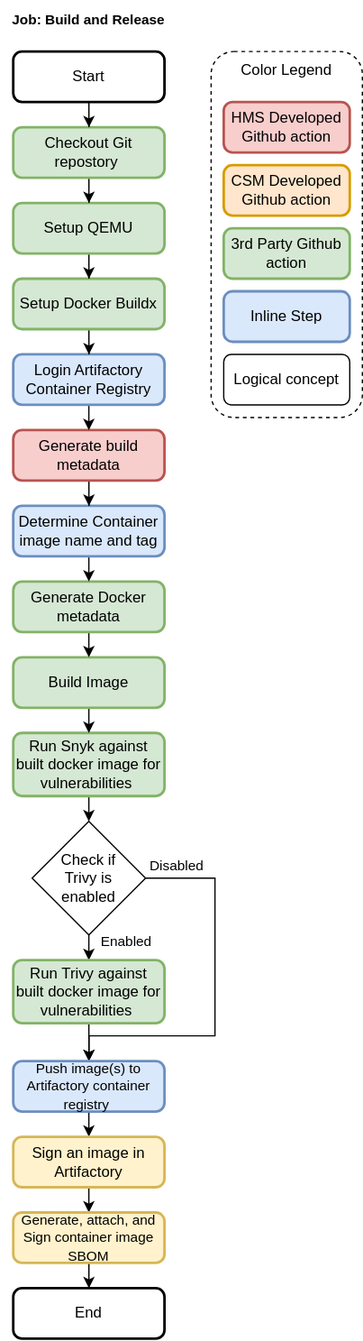
The draw.io diagram docs/build_and_release_image/build_and_release_job.svg in Cray-HPE/hms-build-image-workflows, before a commit. Source tidied: cells renumbered, new cells last; positions are measured from the earlier drawing's top-left corner, leaving out a move shared by most shapes. The source it was exported from:
```xml
<mxGraphModel>
  <root>
    <mxCell id="0" />
    <mxCell id="1" parent="0" />
    <mxCell id="2" style="edgeStyle=orthogonalEdgeStyle;rounded=0;jettySize=auto;html=1;exitX=0.5;exitY=1;exitDx=0;exitDy=0;entryX=0.5;entryY=0;entryDx=0;entryDy=0;fontSize=11;" parent="1" edge="1" source="4" target="26">
      <mxGeometry relative="1" as="geometry" />
    </mxCell>
    <mxCell id="3" style="edgeStyle=orthogonalEdgeStyle;rounded=0;jettySize=auto;html=1;exitX=1;exitY=0.5;exitDx=0;exitDy=0;fontSize=11;" parent="1" edge="1" source="4" target="28">
      <mxGeometry relative="1" as="geometry">
        <Array as="points">
          <mxPoint x="170" y="695" />
          <mxPoint x="170" y="820" />
          <mxPoint x="70" y="820" />
        </Array>
      </mxGeometry>
    </mxCell>
    <mxCell id="4" value="Check if &lt;br&gt;Trivy is &lt;br&gt;enabled" style="rhombus;whiteSpace=wrap;html=1;" parent="1" vertex="1">
      <mxGeometry x="25" y="650" width="90" height="90" as="geometry" />
    </mxCell>
    <mxCell id="5" style="edgeStyle=orthogonalEdgeStyle;rounded=0;jettySize=auto;html=1;exitX=0.5;exitY=1;exitDx=0;exitDy=0;entryX=0.5;entryY=0;entryDx=0;entryDy=0;fontSize=11;" parent="1" edge="1" source="6" target="4">
      <mxGeometry relative="1" as="geometry" />
    </mxCell>
    <mxCell id="6" value="&lt;span style=&quot;color: rgb(0 , 0 , 0) ; font-family: &amp;#34;helvetica&amp;#34; ; font-size: 12px ; font-style: normal ; font-weight: 400 ; letter-spacing: normal ; text-align: center ; text-indent: 0px ; text-transform: none ; word-spacing: 0px ; display: inline ; float: none&quot;&gt;Run Snyk against built docker image for vulnerabilities&amp;nbsp;&lt;/span&gt;" style="rounded=1;whiteSpace=wrap;html=1;absoluteArcSize=1;arcSize=14;strokeWidth=2;fillColor=#d5e8d4;strokeColor=#82b366;" parent="1" vertex="1">
      <mxGeometry x="10" y="580" width="120" height="50" as="geometry" />
    </mxCell>
    <mxCell id="7" style="edgeStyle=orthogonalEdgeStyle;rounded=0;jettySize=auto;html=1;exitX=0.5;exitY=1;exitDx=0;exitDy=0;entryX=0.5;entryY=0;entryDx=0;entryDy=0;fontSize=11;" parent="1" edge="1" source="8" target="6">
      <mxGeometry relative="1" as="geometry" />
    </mxCell>
    <mxCell id="8" value="&lt;span&gt;Build Image&lt;/span&gt;" style="rounded=1;whiteSpace=wrap;html=1;absoluteArcSize=1;arcSize=14;strokeWidth=2;fillColor=#d5e8d4;strokeColor=#82b366;" parent="1" vertex="1">
      <mxGeometry x="10" y="520" width="120" height="40" as="geometry" />
    </mxCell>
    <mxCell id="9" style="edgeStyle=orthogonalEdgeStyle;rounded=0;jettySize=auto;html=1;exitX=0.5;exitY=1;exitDx=0;exitDy=0;entryX=0.5;entryY=0;entryDx=0;entryDy=0;fontSize=11;" parent="1" edge="1" source="10" target="8">
      <mxGeometry relative="1" as="geometry" />
    </mxCell>
    <mxCell id="10" value="&lt;span style=&quot;color: rgb(0 , 0 , 0) ; font-family: &amp;#34;helvetica&amp;#34; ; font-size: 12px ; font-style: normal ; font-weight: 400 ; letter-spacing: normal ; text-align: center ; text-indent: 0px ; text-transform: none ; word-spacing: 0px ; display: inline ; float: none&quot;&gt;Generate Docker metadata&lt;/span&gt;" style="rounded=1;whiteSpace=wrap;html=1;absoluteArcSize=1;arcSize=14;strokeWidth=2;fillColor=#d5e8d4;strokeColor=#82b366;" parent="1" vertex="1">
      <mxGeometry x="10" y="460" width="120" height="40" as="geometry" />
    </mxCell>
    <mxCell id="11" style="edgeStyle=orthogonalEdgeStyle;rounded=0;jettySize=auto;html=1;exitX=0.5;exitY=1;exitDx=0;exitDy=0;entryX=0.5;entryY=0;entryDx=0;entryDy=0;fontSize=11;" parent="1" edge="1" source="12" target="10">
      <mxGeometry relative="1" as="geometry" />
    </mxCell>
    <mxCell id="12" value="&lt;span style=&quot;color: rgb(0 , 0 , 0) ; font-family: &amp;#34;helvetica&amp;#34; ; font-size: 12px ; font-style: normal ; font-weight: 400 ; letter-spacing: normal ; text-align: center ; text-indent: 0px ; text-transform: none ; word-spacing: 0px ; display: inline ; float: none&quot;&gt;Determine Container image name and tag&lt;/span&gt;" style="rounded=1;whiteSpace=wrap;html=1;absoluteArcSize=1;arcSize=14;strokeWidth=2;fillColor=#dae8fc;strokeColor=#6c8ebf;" parent="1" vertex="1">
      <mxGeometry x="10" y="400" width="120" height="40" as="geometry" />
    </mxCell>
    <mxCell id="13" style="edgeStyle=orthogonalEdgeStyle;rounded=0;jettySize=auto;html=1;exitX=0.5;exitY=1;exitDx=0;exitDy=0;fontSize=11;" parent="1" edge="1" source="14" target="12">
      <mxGeometry relative="1" as="geometry" />
    </mxCell>
    <mxCell id="14" value="&lt;span style=&quot;color: rgb(0 , 0 , 0) ; font-family: &amp;#34;helvetica&amp;#34; ; font-size: 12px ; font-style: normal ; font-weight: 400 ; letter-spacing: normal ; text-align: center ; text-indent: 0px ; text-transform: none ; word-spacing: 0px ; display: inline ; float: none&quot;&gt;Generate build metadata&lt;/span&gt;" style="rounded=1;whiteSpace=wrap;html=1;absoluteArcSize=1;arcSize=14;strokeWidth=2;fillColor=#f8cecc;strokeColor=#b85450;" parent="1" vertex="1">
      <mxGeometry x="10" y="340" width="120" height="40" as="geometry" />
    </mxCell>
    <mxCell id="15" style="edgeStyle=orthogonalEdgeStyle;rounded=0;jettySize=auto;html=1;exitX=0.5;exitY=1;exitDx=0;exitDy=0;entryX=0.5;entryY=0;entryDx=0;entryDy=0;fontSize=11;" parent="1" edge="1" source="16" target="14">
      <mxGeometry relative="1" as="geometry" />
    </mxCell>
    <mxCell id="16" value="&lt;span style=&quot;color: rgb(0 , 0 , 0) ; font-family: &amp;#34;helvetica&amp;#34; ; font-size: 12px ; font-style: normal ; font-weight: 400 ; letter-spacing: normal ; text-align: center ; text-indent: 0px ; text-transform: none ; word-spacing: 0px ; display: inline ; float: none&quot;&gt;Login Artifactory Container Registry&lt;/span&gt;" style="rounded=1;whiteSpace=wrap;html=1;absoluteArcSize=1;arcSize=14;strokeWidth=2;fillColor=#dae8fc;strokeColor=#6c8ebf;" parent="1" vertex="1">
      <mxGeometry x="10" y="280" width="120" height="40" as="geometry" />
    </mxCell>
    <mxCell id="17" style="edgeStyle=orthogonalEdgeStyle;rounded=0;jettySize=auto;html=1;exitX=0.5;exitY=1;exitDx=0;exitDy=0;fontSize=11;" parent="1" edge="1" source="18" target="16">
      <mxGeometry relative="1" as="geometry" />
    </mxCell>
    <mxCell id="18" value="&lt;span&gt;Setup Docker Buildx&lt;/span&gt;" style="rounded=1;whiteSpace=wrap;html=1;absoluteArcSize=1;arcSize=14;strokeWidth=2;fillColor=#d5e8d4;strokeColor=#82b366;" parent="1" vertex="1">
      <mxGeometry x="10" y="220" width="120" height="40" as="geometry" />
    </mxCell>
    <mxCell id="19" style="edgeStyle=orthogonalEdgeStyle;rounded=0;jettySize=auto;html=1;exitX=0.5;exitY=1;exitDx=0;exitDy=0;fontSize=11;" parent="1" edge="1" source="20" target="18">
      <mxGeometry relative="1" as="geometry" />
    </mxCell>
    <mxCell id="20" value="&lt;span&gt;Setup QEMU&lt;/span&gt;" style="rounded=1;whiteSpace=wrap;html=1;absoluteArcSize=1;arcSize=14;strokeWidth=2;fillColor=#d5e8d4;strokeColor=#82b366;" parent="1" vertex="1">
      <mxGeometry x="10" y="160" width="120" height="40" as="geometry" />
    </mxCell>
    <mxCell id="21" style="edgeStyle=orthogonalEdgeStyle;rounded=0;jettySize=auto;html=1;exitX=0.5;exitY=1;exitDx=0;exitDy=0;fontSize=11;" parent="1" edge="1" source="22" target="20">
      <mxGeometry relative="1" as="geometry" />
    </mxCell>
    <mxCell id="22" value="&lt;span&gt;Checkout Git repostory&amp;nbsp;&lt;/span&gt;" style="rounded=1;whiteSpace=wrap;html=1;absoluteArcSize=1;arcSize=14;strokeWidth=2;fillColor=#d5e8d4;strokeColor=#82b366;" parent="1" vertex="1">
      <mxGeometry x="10" y="100" width="120" height="40" as="geometry" />
    </mxCell>
    <mxCell id="23" style="edgeStyle=orthogonalEdgeStyle;rounded=0;jettySize=auto;html=1;exitX=0.5;exitY=1;exitDx=0;exitDy=0;fontSize=11;" parent="1" edge="1" source="24" target="22">
      <mxGeometry relative="1" as="geometry" />
    </mxCell>
    <mxCell id="24" value="Start" style="rounded=1;whiteSpace=wrap;html=1;absoluteArcSize=1;arcSize=14;strokeWidth=2;" parent="1" vertex="1">
      <mxGeometry x="10" y="40" width="120" height="40" as="geometry" />
    </mxCell>
    <mxCell id="25" style="edgeStyle=orthogonalEdgeStyle;rounded=0;jettySize=auto;html=1;exitX=0.5;exitY=1;exitDx=0;exitDy=0;fontSize=11;" parent="1" edge="1" source="26" target="28">
      <mxGeometry relative="1" as="geometry" />
    </mxCell>
    <mxCell id="26" value="&lt;span style=&quot;color: rgb(0 , 0 , 0) ; font-family: &amp;#34;helvetica&amp;#34; ; font-size: 12px ; font-style: normal ; font-weight: 400 ; letter-spacing: normal ; text-align: center ; text-indent: 0px ; text-transform: none ; word-spacing: 0px ; display: inline ; float: none&quot;&gt;Run Trivy against built docker image for vulnerabilities&amp;nbsp;&lt;/span&gt;" style="rounded=1;whiteSpace=wrap;html=1;absoluteArcSize=1;arcSize=14;strokeWidth=2;fillColor=#d5e8d4;strokeColor=#82b366;" parent="1" vertex="1">
      <mxGeometry x="10" y="760" width="120" height="50" as="geometry" />
    </mxCell>
    <mxCell id="27" style="edgeStyle=orthogonalEdgeStyle;rounded=0;jettySize=auto;html=1;exitX=0.5;exitY=1;exitDx=0;exitDy=0;entryX=0.5;entryY=0;entryDx=0;entryDy=0;fontSize=11;" parent="1" edge="1" source="28" target="30">
      <mxGeometry relative="1" as="geometry" />
    </mxCell>
    <mxCell id="28" value="&lt;font style=&quot;font-size: 11px&quot;&gt;Push image(s) to Artifactory container registry&amp;nbsp;&lt;/font&gt;" style="rounded=1;whiteSpace=wrap;html=1;absoluteArcSize=1;arcSize=14;strokeWidth=2;fillColor=#dae8fc;strokeColor=#6c8ebf;" parent="1" vertex="1">
      <mxGeometry x="10" y="840" width="120" height="40" as="geometry" />
    </mxCell>
    <mxCell id="29" style="edgeStyle=orthogonalEdgeStyle;rounded=0;jettySize=auto;html=1;exitX=0.5;exitY=1;exitDx=0;exitDy=0;entryX=0.5;entryY=0;entryDx=0;entryDy=0;fontSize=11;" parent="1" edge="1" source="30" target="32">
      <mxGeometry relative="1" as="geometry" />
    </mxCell>
    <mxCell id="30" value="Sign an image in Artifactory" style="rounded=1;whiteSpace=wrap;html=1;absoluteArcSize=1;arcSize=14;strokeWidth=2;fillColor=#fff2cc;strokeColor=#d6b656;" parent="1" vertex="1">
      <mxGeometry x="10" y="900" width="120" height="40" as="geometry" />
    </mxCell>
    <mxCell id="31" style="edgeStyle=orthogonalEdgeStyle;rounded=0;jettySize=auto;html=1;exitX=0.5;exitY=1;exitDx=0;exitDy=0;fontSize=12;" parent="1" edge="1" source="32" target="36">
      <mxGeometry relative="1" as="geometry" />
    </mxCell>
    <mxCell id="32" value="&lt;font style=&quot;font-size: 11px&quot;&gt;Generate, attach, and Sign container image SBOM&lt;/font&gt;" style="rounded=1;whiteSpace=wrap;html=1;absoluteArcSize=1;arcSize=14;strokeWidth=2;fillColor=#fff2cc;strokeColor=#d6b656;" parent="1" vertex="1">
      <mxGeometry x="10" y="960" width="120" height="40" as="geometry" />
    </mxCell>
    <mxCell id="33" value="&lt;b&gt;Job: Build and Release&lt;/b&gt;" style="text;html=1;strokeColor=none;fillColor=none;align=center;verticalAlign=middle;whiteSpace=wrap;rounded=0;fontSize=11;" parent="1" vertex="1">
      <mxGeometry width="140" height="30" as="geometry" />
    </mxCell>
    <mxCell id="34" value="Disabled" style="text;html=1;strokeColor=none;fillColor=none;align=center;verticalAlign=middle;whiteSpace=wrap;rounded=0;fontSize=11;" parent="1" vertex="1">
      <mxGeometry x="110" y="670" width="60" height="30" as="geometry" />
    </mxCell>
    <mxCell id="35" value="Enabled" style="text;html=1;strokeColor=none;fillColor=none;align=center;verticalAlign=middle;whiteSpace=wrap;rounded=0;fontSize=11;" parent="1" vertex="1">
      <mxGeometry x="70" y="730" width="60" height="30" as="geometry" />
    </mxCell>
    <mxCell id="36" value="End" style="rounded=1;whiteSpace=wrap;html=1;absoluteArcSize=1;arcSize=14;strokeWidth=2;" parent="1" vertex="1">
      <mxGeometry x="10" y="1020" width="120" height="40" as="geometry" />
    </mxCell>
    <mxCell id="37" style="rounded=1;whiteSpace=wrap;html=1;dashed=1;" parent="1" vertex="1">
      <mxGeometry x="167" y="40" width="120" height="290" as="geometry" />
    </mxCell>
    <mxCell id="38" value="3rd Party Github action" style="rounded=1;whiteSpace=wrap;html=1;absoluteArcSize=1;arcSize=14;strokeWidth=2;fillColor=#d5e8d4;strokeColor=#82b366;" parent="1" vertex="1">
      <mxGeometry x="177" y="180" width="100" height="40" as="geometry" />
    </mxCell>
    <mxCell id="39" value="HMS Developed Github action" style="rounded=1;whiteSpace=wrap;html=1;absoluteArcSize=1;arcSize=14;strokeWidth=2;fillColor=#f8cecc;strokeColor=#b85450;" parent="1" vertex="1">
      <mxGeometry x="177" y="80" width="100" height="40" as="geometry" />
    </mxCell>
    <mxCell id="40" value="Inline Step" style="rounded=1;whiteSpace=wrap;html=1;absoluteArcSize=1;arcSize=14;strokeWidth=2;fillColor=#dae8fc;strokeColor=#6c8ebf;" parent="1" vertex="1">
      <mxGeometry x="177" y="230" width="100" height="40" as="geometry" />
    </mxCell>
    <mxCell id="41" value="CSM Developed Github action" style="rounded=1;whiteSpace=wrap;html=1;absoluteArcSize=1;arcSize=14;strokeWidth=2;fillColor=#ffe6cc;strokeColor=#d79b00;" parent="1" vertex="1">
      <mxGeometry x="177" y="130" width="100" height="40" as="geometry" />
    </mxCell>
    <mxCell id="42" value="Logical concept" style="rounded=1;whiteSpace=wrap;html=1;" parent="1" vertex="1">
      <mxGeometry x="177" y="280" width="100" height="40" as="geometry" />
    </mxCell>
    <mxCell id="43" value="Color Legend" style="text;html=1;strokeColor=none;fillColor=none;align=center;verticalAlign=middle;whiteSpace=wrap;rounded=0;" parent="1" vertex="1">
      <mxGeometry x="177" y="40" width="100" height="30" as="geometry" />
    </mxCell>
  </root>
</mxGraphModel>
```
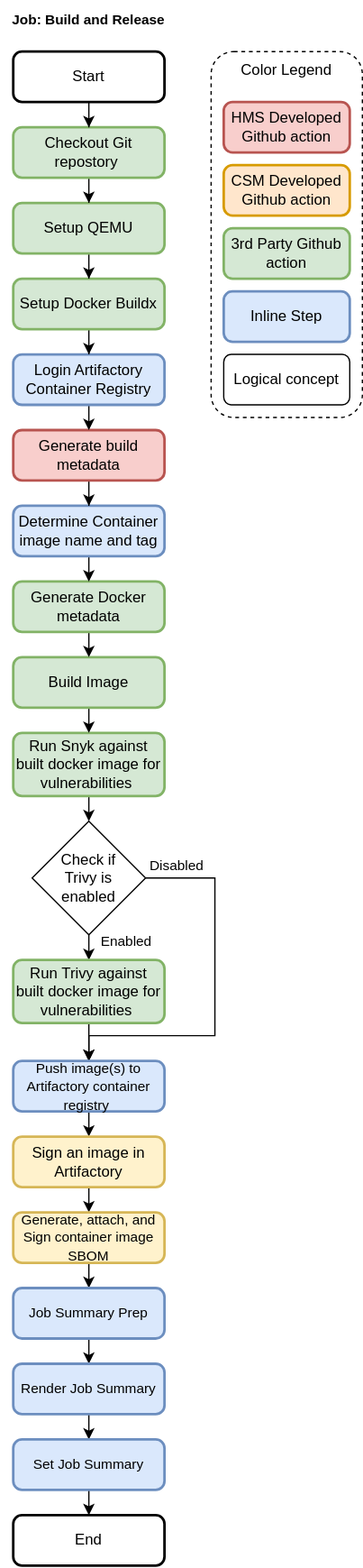
After the change.

Diff of the diagram source:
```diff
@@ -95,7 +95,7 @@
     <mxCell id="30" value="Sign an image in Artifactory" style="rounded=1;whiteSpace=wrap;html=1;absoluteArcSize=1;arcSize=14;strokeWidth=2;fillColor=#fff2cc;strokeColor=#d6b656;" parent="1" vertex="1">
       <mxGeometry x="10" y="900" width="120" height="40" as="geometry" />
     </mxCell>
-    <mxCell id="31" style="edgeStyle=orthogonalEdgeStyle;rounded=0;jettySize=auto;html=1;exitX=0.5;exitY=1;exitDx=0;exitDy=0;fontSize=12;" parent="1" edge="1" source="32" target="36">
+    <mxCell id="31" style="edgeStyle=orthogonalEdgeStyle;rounded=0;jettySize=auto;html=1;exitX=0.5;exitY=1;exitDx=0;exitDy=0;entryX=0.5;entryY=0;entryDx=0;entryDy=0;" parent="1" edge="1" source="32" target="45">
       <mxGeometry relative="1" as="geometry" />
     </mxCell>
     <mxCell id="32" value="&lt;font style=&quot;font-size: 11px&quot;&gt;Generate, attach, and Sign container image SBOM&lt;/font&gt;" style="rounded=1;whiteSpace=wrap;html=1;absoluteArcSize=1;arcSize=14;strokeWidth=2;fillColor=#fff2cc;strokeColor=#d6b656;" parent="1" vertex="1">
@@ -111,7 +111,7 @@
       <mxGeometry x="70" y="730" width="60" height="30" as="geometry" />
     </mxCell>
     <mxCell id="36" value="End" style="rounded=1;whiteSpace=wrap;html=1;absoluteArcSize=1;arcSize=14;strokeWidth=2;" parent="1" vertex="1">
-      <mxGeometry x="10" y="1020" width="120" height="40" as="geometry" />
+      <mxGeometry x="10" y="1200" width="120" height="40" as="geometry" />
     </mxCell>
     <mxCell id="37" style="rounded=1;whiteSpace=wrap;html=1;dashed=1;" parent="1" vertex="1">
       <mxGeometry x="167" y="40" width="120" height="290" as="geometry" />
@@ -134,5 +134,23 @@
     <mxCell id="43" value="Color Legend" style="text;html=1;strokeColor=none;fillColor=none;align=center;verticalAlign=middle;whiteSpace=wrap;rounded=0;" parent="1" vertex="1">
       <mxGeometry x="177" y="40" width="100" height="30" as="geometry" />
     </mxCell>
+    <mxCell id="44" style="edgeStyle=orthogonalEdgeStyle;rounded=0;jettySize=auto;html=1;exitX=0.5;exitY=1;exitDx=0;exitDy=0;entryX=0.5;entryY=0;entryDx=0;entryDy=0;" parent="1" edge="1" source="45" target="47">
+      <mxGeometry relative="1" as="geometry" />
+    </mxCell>
+    <mxCell id="45" value="&lt;font style=&quot;font-size: 11px&quot;&gt;Job Summary Prep&lt;/font&gt;" style="rounded=1;whiteSpace=wrap;html=1;absoluteArcSize=1;arcSize=14;strokeWidth=2;fillColor=#dae8fc;strokeColor=#6c8ebf;" parent="1" vertex="1">
+      <mxGeometry x="10" y="1020" width="120" height="40" as="geometry" />
+    </mxCell>
+    <mxCell id="46" style="edgeStyle=orthogonalEdgeStyle;rounded=0;jettySize=auto;html=1;exitX=0.5;exitY=1;exitDx=0;exitDy=0;entryX=0.5;entryY=0;entryDx=0;entryDy=0;" parent="1" edge="1" source="47" target="49">
+      <mxGeometry relative="1" as="geometry" />
+    </mxCell>
+    <mxCell id="47" value="&lt;font style=&quot;font-size: 11px&quot;&gt;Render Job Summary&lt;/font&gt;" style="rounded=1;whiteSpace=wrap;html=1;absoluteArcSize=1;arcSize=14;strokeWidth=2;fillColor=#dae8fc;strokeColor=#6c8ebf;" parent="1" vertex="1">
+      <mxGeometry x="10" y="1080" width="120" height="40" as="geometry" />
+    </mxCell>
+    <mxCell id="48" style="edgeStyle=orthogonalEdgeStyle;rounded=0;jettySize=auto;html=1;exitX=0.5;exitY=1;exitDx=0;exitDy=0;entryX=0.5;entryY=0;entryDx=0;entryDy=0;" parent="1" edge="1" source="49" target="36">
+      <mxGeometry relative="1" as="geometry" />
+    </mxCell>
+    <mxCell id="49" value="&lt;font style=&quot;font-size: 11px&quot;&gt;Set Job Summary&lt;/font&gt;" style="rounded=1;whiteSpace=wrap;html=1;absoluteArcSize=1;arcSize=14;strokeWidth=2;fillColor=#dae8fc;strokeColor=#6c8ebf;" parent="1" vertex="1">
+      <mxGeometry x="10" y="1140" width="120" height="40" as="geometry" />
+    </mxCell>
   </root>
 </mxGraphModel>
```
